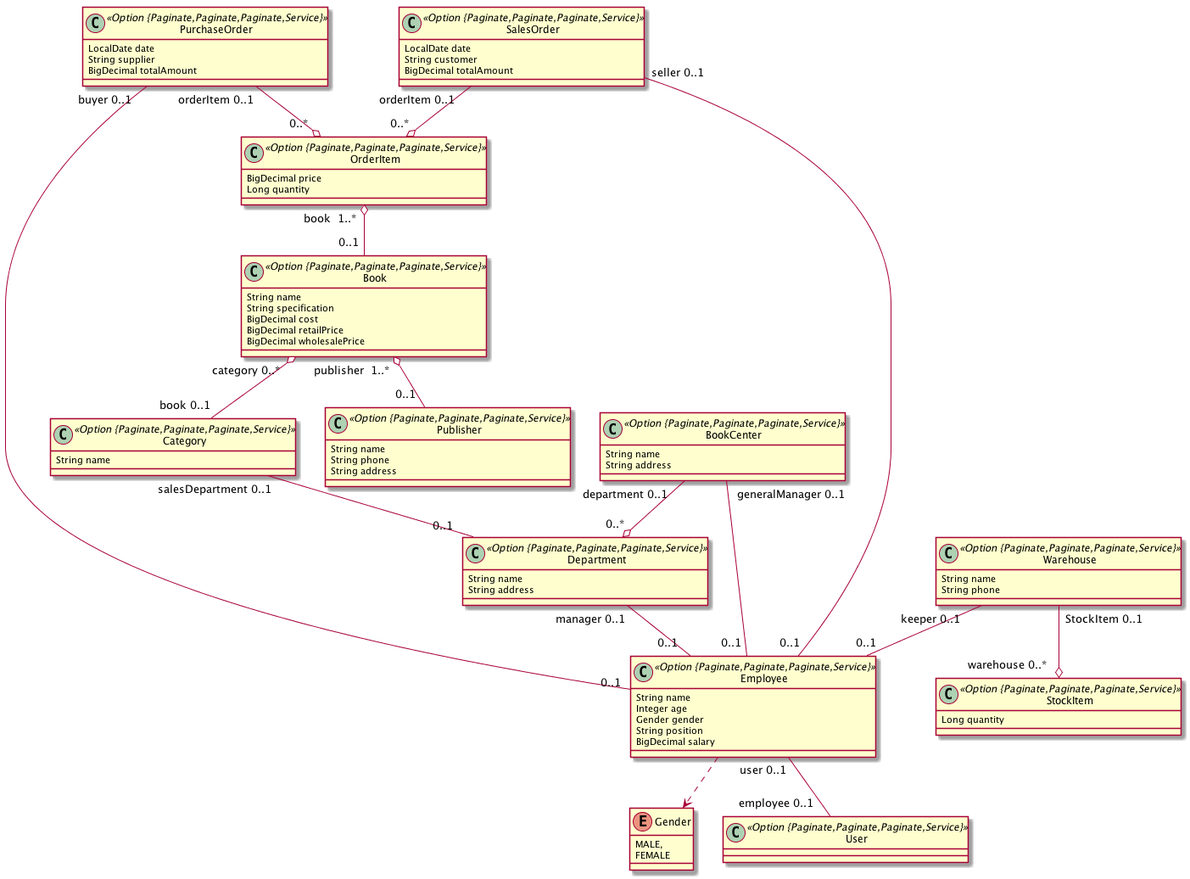
Earlier version of the PlantUML export BookCenter.png (henryL1N/bookcenter).
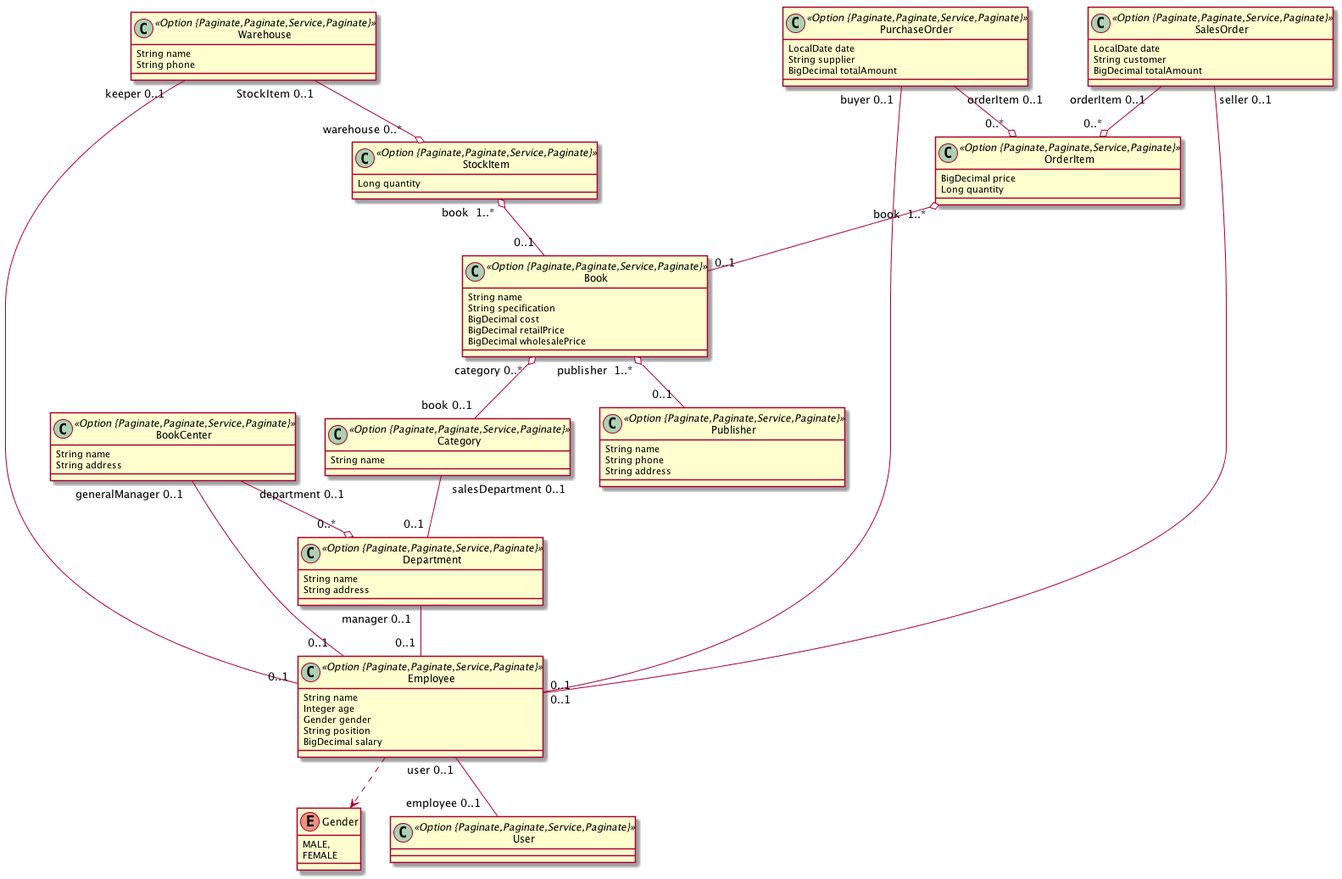
The same file after the commit.

What changed in the source:
```diff
@@ -1,24 +1,24 @@
 @startuml
 	!pragma syntax class
-	class Book <<Option {Paginate,Paginate,Paginate,Service}>> {
+	class Book <<Option {Paginate,Paginate,Service,Paginate}>> {
 		String name
 		String specification
 		BigDecimal cost
 		BigDecimal retailPrice
 		BigDecimal wholesalePrice
 	}
-	class BookCenter <<Option {Paginate,Paginate,Paginate,Service}>> {
+	class BookCenter <<Option {Paginate,Paginate,Service,Paginate}>> {
 		String name
 		String address
 	}
-	class Category <<Option {Paginate,Paginate,Paginate,Service}>> {
+	class Category <<Option {Paginate,Paginate,Service,Paginate}>> {
 		String name
 	}
-	class Department <<Option {Paginate,Paginate,Paginate,Service}>> {
+	class Department <<Option {Paginate,Paginate,Service,Paginate}>> {
 		String name
 		String address
 	}
-	class Employee <<Option {Paginate,Paginate,Paginate,Service}>> {
+	class Employee <<Option {Paginate,Paginate,Service,Paginate}>> {
 		String name
 		Integer age
 		Gender gender
@@ -30,29 +30,29 @@
 		MALE,
 		FEMALE
 	}
-	class Publisher <<Option {Paginate,Paginate,Paginate,Service}>> {
+	class Publisher <<Option {Paginate,Paginate,Service,Paginate}>> {
 		String name
 		String phone
 		String address
 	}
-	class StockItem <<Option {Paginate,Paginate,Paginate,Service}>> {
+	class StockItem <<Option {Paginate,Paginate,Service,Paginate}>> {
 		Long quantity
 	}
-	class Warehouse <<Option {Paginate,Paginate,Paginate,Service}>> {
+	class Warehouse <<Option {Paginate,Paginate,Service,Paginate}>> {
 		String name
 		String phone
 	}
-	class PurchaseOrder <<Option {Paginate,Paginate,Paginate,Service}>> {
+	class PurchaseOrder <<Option {Paginate,Paginate,Service,Paginate}>> {
 		LocalDate date
 		String supplier
 		BigDecimal totalAmount
 	}
-	class SalesOrder <<Option {Paginate,Paginate,Paginate,Service}>> {
+	class SalesOrder <<Option {Paginate,Paginate,Service,Paginate}>> {
 		LocalDate date
 		String customer
 		BigDecimal totalAmount
 	}
-	class OrderItem <<Option {Paginate,Paginate,Paginate,Service}>> {
+	class OrderItem <<Option {Paginate,Paginate,Service,Paginate}>> {
 		BigDecimal price
 		Long quantity
 	}
@@ -67,9 +67,10 @@
 	PurchaseOrder  "orderItem 0..1 " --o "0..* "  OrderItem
 	SalesOrder  "orderItem 0..1 " --o "0..* "  OrderItem
 	OrderItem  "book  1..* " o-- "0..1 "  Book
+	StockItem  "book  1..* " o-- "0..1 "  Book
 	Book  "publisher  1..* " o-- "0..1 "  Publisher
 	Book  "category 0..* " o-- "book 0..1 "  Category
 	Warehouse  "StockItem 0..1 " --o "warehouse 0..* "  StockItem
-	class User <<Option {Paginate,Paginate,Paginate,Service}>> {
+	class User <<Option {Paginate,Paginate,Service,Paginate}>> {
 	}
 @enduml
```
